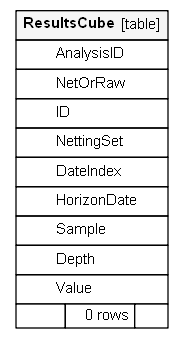
This is docs/schemaDoc/diagrams/orphans/ResultsCube.1degree.png from rkapl123/OreControl, a Graphviz export, as it was before one commit. Its source is kept beside it as docs/schemaDoc/diagrams/orphans/ResultsCube.1degree.dot.
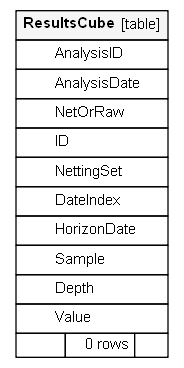
After the change.

Change to the diagram source:
```diff
@@ -20,15 +20,16 @@
    label=<
     <TABLE BORDER="0" CELLBORDER="1" CELLSPACING="0" BGCOLOR="#ffffff">
       <TR><TD COLSPAN="3"  BGCOLOR="#f5f5f5"><TABLE BORDER="0" CELLSPACING="0"><TR><TD ALIGN="LEFT"><B>ResultsCube</B></TD><TD ALIGN="RIGHT">[table]</TD></TR></TABLE></TD></TR>
-      <TR><TD PORT="AnalysisID" COLSPAN="3" ALIGN="LEFT"><TABLE BORDER="0" CELLSPACING="0" ALIGN="LEFT"><TR ALIGN="LEFT"><TD ALIGN="LEFT" FIXEDSIZE="TRUE" WIDTH="15" HEIGHT="16"></TD><TD ALIGN="LEFT" FIXEDSIZE="TRUE" WIDTH="73" HEIGHT="16">AnalysisID</TD></TR></TABLE></TD></TR>
-      <TR><TD PORT="NetOrRaw" COLSPAN="3" ALIGN="LEFT"><TABLE BORDER="0" CELLSPACING="0" ALIGN="LEFT"><TR ALIGN="LEFT"><TD ALIGN="LEFT" FIXEDSIZE="TRUE" WIDTH="15" HEIGHT="16"></TD><TD ALIGN="LEFT" FIXEDSIZE="TRUE" WIDTH="73" HEIGHT="16">NetOrRaw</TD></TR></TABLE></TD></TR>
-      <TR><TD PORT="ID" COLSPAN="3" ALIGN="LEFT"><TABLE BORDER="0" CELLSPACING="0" ALIGN="LEFT"><TR ALIGN="LEFT"><TD ALIGN="LEFT" FIXEDSIZE="TRUE" WIDTH="15" HEIGHT="16"></TD><TD ALIGN="LEFT" FIXEDSIZE="TRUE" WIDTH="73" HEIGHT="16">ID</TD></TR></TABLE></TD></TR>
-      <TR><TD PORT="NettingSet" COLSPAN="3" ALIGN="LEFT"><TABLE BORDER="0" CELLSPACING="0" ALIGN="LEFT"><TR ALIGN="LEFT"><TD ALIGN="LEFT" FIXEDSIZE="TRUE" WIDTH="15" HEIGHT="16"></TD><TD ALIGN="LEFT" FIXEDSIZE="TRUE" WIDTH="73" HEIGHT="16">NettingSet</TD></TR></TABLE></TD></TR>
-      <TR><TD PORT="DateIndex" COLSPAN="3" ALIGN="LEFT"><TABLE BORDER="0" CELLSPACING="0" ALIGN="LEFT"><TR ALIGN="LEFT"><TD ALIGN="LEFT" FIXEDSIZE="TRUE" WIDTH="15" HEIGHT="16"></TD><TD ALIGN="LEFT" FIXEDSIZE="TRUE" WIDTH="73" HEIGHT="16">DateIndex</TD></TR></TABLE></TD></TR>
-      <TR><TD PORT="HorizonDate" COLSPAN="3" ALIGN="LEFT"><TABLE BORDER="0" CELLSPACING="0" ALIGN="LEFT"><TR ALIGN="LEFT"><TD ALIGN="LEFT" FIXEDSIZE="TRUE" WIDTH="15" HEIGHT="16"></TD><TD ALIGN="LEFT" FIXEDSIZE="TRUE" WIDTH="73" HEIGHT="16">HorizonDate</TD></TR></TABLE></TD></TR>
-      <TR><TD PORT="Sample" COLSPAN="3" ALIGN="LEFT"><TABLE BORDER="0" CELLSPACING="0" ALIGN="LEFT"><TR ALIGN="LEFT"><TD ALIGN="LEFT" FIXEDSIZE="TRUE" WIDTH="15" HEIGHT="16"></TD><TD ALIGN="LEFT" FIXEDSIZE="TRUE" WIDTH="73" HEIGHT="16">Sample</TD></TR></TABLE></TD></TR>
-      <TR><TD PORT="Depth" COLSPAN="3" ALIGN="LEFT"><TABLE BORDER="0" CELLSPACING="0" ALIGN="LEFT"><TR ALIGN="LEFT"><TD ALIGN="LEFT" FIXEDSIZE="TRUE" WIDTH="15" HEIGHT="16"></TD><TD ALIGN="LEFT" FIXEDSIZE="TRUE" WIDTH="73" HEIGHT="16">Depth</TD></TR></TABLE></TD></TR>
-      <TR><TD PORT="Value" COLSPAN="3" ALIGN="LEFT"><TABLE BORDER="0" CELLSPACING="0" ALIGN="LEFT"><TR ALIGN="LEFT"><TD ALIGN="LEFT" FIXEDSIZE="TRUE" WIDTH="15" HEIGHT="16"></TD><TD ALIGN="LEFT" FIXEDSIZE="TRUE" WIDTH="73" HEIGHT="16">Value</TD></TR></TABLE></TD></TR>
+      <TR><TD PORT="AnalysisID" COLSPAN="3" ALIGN="LEFT"><TABLE BORDER="0" CELLSPACING="0" ALIGN="LEFT"><TR ALIGN="LEFT"><TD ALIGN="LEFT" FIXEDSIZE="TRUE" WIDTH="15" HEIGHT="16"></TD><TD ALIGN="LEFT" FIXEDSIZE="TRUE" WIDTH="75" HEIGHT="16">AnalysisID</TD></TR></TABLE></TD></TR>
+      <TR><TD PORT="AnalysisDate" COLSPAN="3" ALIGN="LEFT"><TABLE BORDER="0" CELLSPACING="0" ALIGN="LEFT"><TR ALIGN="LEFT"><TD ALIGN="LEFT" FIXEDSIZE="TRUE" WIDTH="15" HEIGHT="16"></TD><TD ALIGN="LEFT" FIXEDSIZE="TRUE" WIDTH="75" HEIGHT="16">AnalysisDate</TD></TR></TABLE></TD></TR>
+      <TR><TD PORT="NetOrRaw" COLSPAN="3" ALIGN="LEFT"><TABLE BORDER="0" CELLSPACING="0" ALIGN="LEFT"><TR ALIGN="LEFT"><TD ALIGN="LEFT" FIXEDSIZE="TRUE" WIDTH="15" HEIGHT="16"></TD><TD ALIGN="LEFT" FIXEDSIZE="TRUE" WIDTH="75" HEIGHT="16">NetOrRaw</TD></TR></TABLE></TD></TR>
+      <TR><TD PORT="ID" COLSPAN="3" ALIGN="LEFT"><TABLE BORDER="0" CELLSPACING="0" ALIGN="LEFT"><TR ALIGN="LEFT"><TD ALIGN="LEFT" FIXEDSIZE="TRUE" WIDTH="15" HEIGHT="16"></TD><TD ALIGN="LEFT" FIXEDSIZE="TRUE" WIDTH="75" HEIGHT="16">ID</TD></TR></TABLE></TD></TR>
+      <TR><TD PORT="NettingSet" COLSPAN="3" ALIGN="LEFT"><TABLE BORDER="0" CELLSPACING="0" ALIGN="LEFT"><TR ALIGN="LEFT"><TD ALIGN="LEFT" FIXEDSIZE="TRUE" WIDTH="15" HEIGHT="16"></TD><TD ALIGN="LEFT" FIXEDSIZE="TRUE" WIDTH="75" HEIGHT="16">NettingSet</TD></TR></TABLE></TD></TR>
+      <TR><TD PORT="DateIndex" COLSPAN="3" ALIGN="LEFT"><TABLE BORDER="0" CELLSPACING="0" ALIGN="LEFT"><TR ALIGN="LEFT"><TD ALIGN="LEFT" FIXEDSIZE="TRUE" WIDTH="15" HEIGHT="16"></TD><TD ALIGN="LEFT" FIXEDSIZE="TRUE" WIDTH="75" HEIGHT="16">DateIndex</TD></TR></TABLE></TD></TR>
+      <TR><TD PORT="HorizonDate" COLSPAN="3" ALIGN="LEFT"><TABLE BORDER="0" CELLSPACING="0" ALIGN="LEFT"><TR ALIGN="LEFT"><TD ALIGN="LEFT" FIXEDSIZE="TRUE" WIDTH="15" HEIGHT="16"></TD><TD ALIGN="LEFT" FIXEDSIZE="TRUE" WIDTH="75" HEIGHT="16">HorizonDate</TD></TR></TABLE></TD></TR>
+      <TR><TD PORT="Sample" COLSPAN="3" ALIGN="LEFT"><TABLE BORDER="0" CELLSPACING="0" ALIGN="LEFT"><TR ALIGN="LEFT"><TD ALIGN="LEFT" FIXEDSIZE="TRUE" WIDTH="15" HEIGHT="16"></TD><TD ALIGN="LEFT" FIXEDSIZE="TRUE" WIDTH="75" HEIGHT="16">Sample</TD></TR></TABLE></TD></TR>
+      <TR><TD PORT="Depth" COLSPAN="3" ALIGN="LEFT"><TABLE BORDER="0" CELLSPACING="0" ALIGN="LEFT"><TR ALIGN="LEFT"><TD ALIGN="LEFT" FIXEDSIZE="TRUE" WIDTH="15" HEIGHT="16"></TD><TD ALIGN="LEFT" FIXEDSIZE="TRUE" WIDTH="75" HEIGHT="16">Depth</TD></TR></TABLE></TD></TR>
+      <TR><TD PORT="Value" COLSPAN="3" ALIGN="LEFT"><TABLE BORDER="0" CELLSPACING="0" ALIGN="LEFT"><TR ALIGN="LEFT"><TD ALIGN="LEFT" FIXEDSIZE="TRUE" WIDTH="15" HEIGHT="16"></TD><TD ALIGN="LEFT" FIXEDSIZE="TRUE" WIDTH="75" HEIGHT="16">Value</TD></TR></TABLE></TD></TR>
       <TR><TD ALIGN="LEFT" BGCOLOR="#ffffff">  </TD><TD ALIGN="RIGHT" BGCOLOR="#ffffff">0 rows</TD><TD ALIGN="RIGHT" BGCOLOR="#ffffff">  </TD></TR>
     </TABLE>>
     URL="tables/ResultsCube.html"
```
